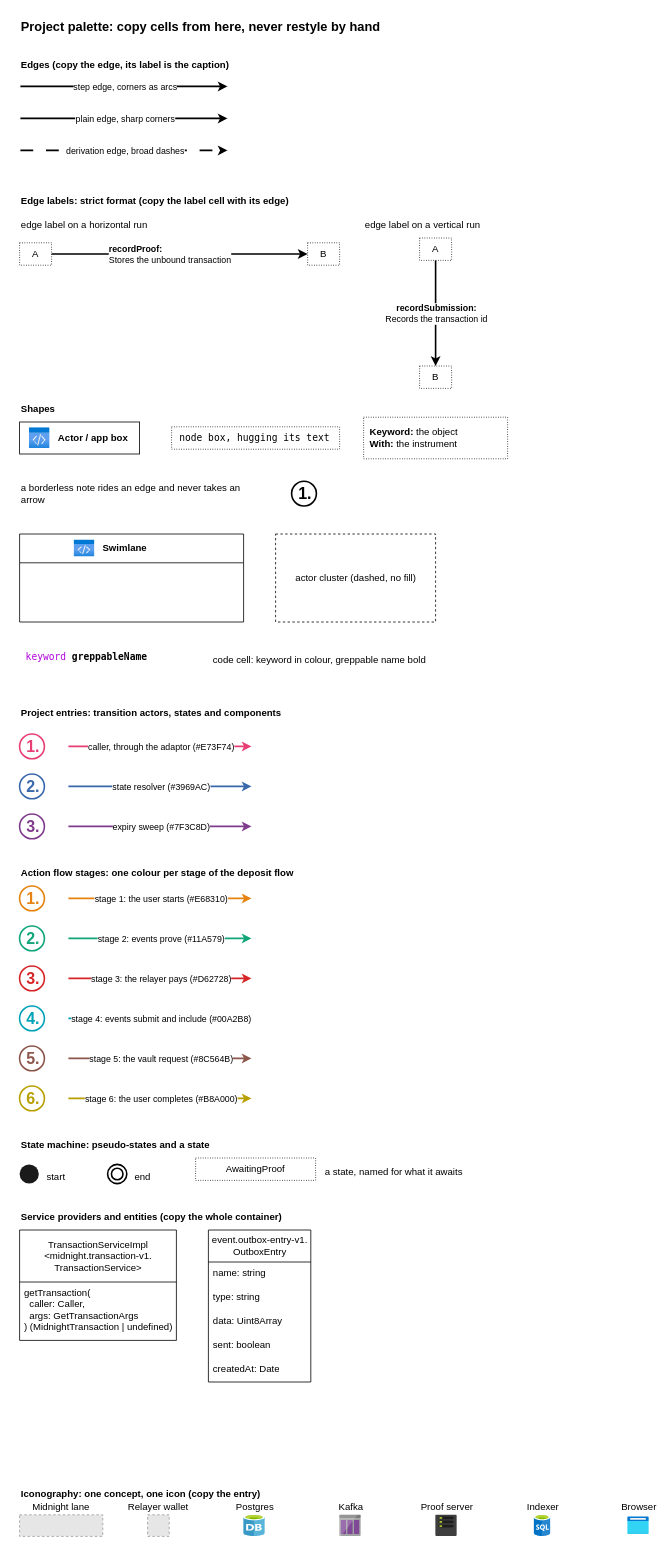
Before: docs/diagram-palette.drawio in sig-net/full-stack-demo, a draw.io diagram. Source tidied: cells renumbered, new cells numbered last; positions are measured from the earlier drawing's top-left corner, leaving out a move shared by most shapes. Both pictures are drawn from the tidied source at 80%, with x=0, y=0 at pixel (19, 14). Pictures stored in the file or linked from it are replaced by grey dashed boxes.
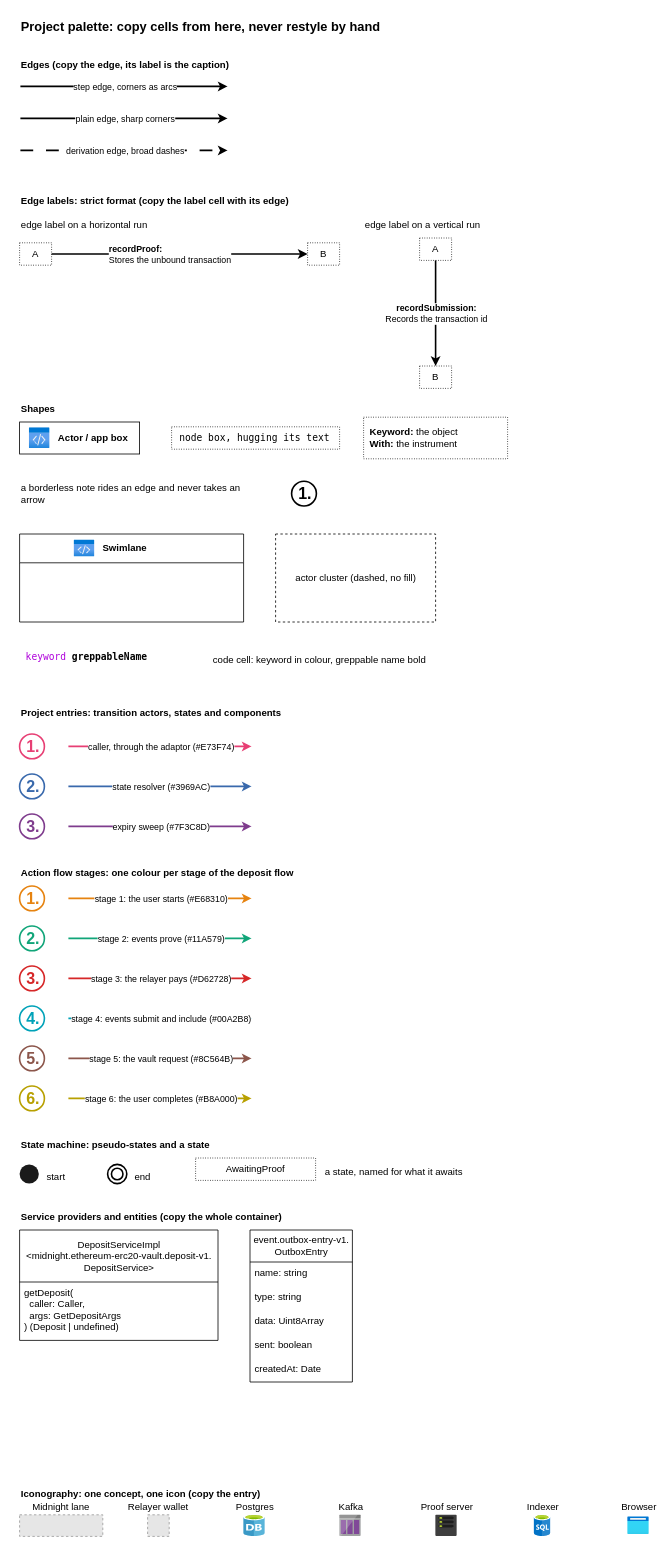
The same diagram, later.

Diff of the diagram source:
```diff
@@
-    <mxCell id="97" value="TransactionServiceImpl&lt;br&gt;&amp;lt;midnight.transaction-v1.&lt;br&gt;TransactionService&amp;gt;" style="swimlane;fontStyle=0;horizontal=1;startSize=65;fillColor=default;html=1;fillStyle=solid;" parent="1" vertex="1">
-      <mxGeometry y="1520" width="196" height="138" as="geometry" />
-    </mxCell>
-    <mxCell id="98" value="getTransaction(&lt;br&gt;&amp;nbsp; caller: Caller,&lt;br&gt;&amp;nbsp; args: GetTransactionArgs&lt;br&gt;) (MidnightTransaction | undefined)" style="text;strokeColor=none;fillColor=none;align=left;verticalAlign=top;spacingLeft=4;spacingRight=4;overflow=hidden;whiteSpace=wrap;html=1;" parent="97" vertex="1">
-      <mxGeometry y="65" width="196" height="73" as="geometry" />
-    </mxCell>
+    <mxCell id="113" value="DepositServiceImpl&lt;br&gt;&amp;lt;midnight.ethereum-erc20-vault.deposit-v1.&lt;br&gt;DepositService&amp;gt;" style="swimlane;fontStyle=0;horizontal=1;startSize=65;fillColor=default;html=1;fillStyle=solid;" parent="1" vertex="1">
+      <mxGeometry y="1520" width="248" height="138" as="geometry" />
+    </mxCell>
+    <mxCell id="114" value="getDeposit(&lt;br&gt;&amp;nbsp; caller: Caller,&lt;br&gt;&amp;nbsp; args: GetDepositArgs&lt;br&gt;) (Deposit | undefined)" style="text;strokeColor=none;fillColor=none;align=left;verticalAlign=top;spacingLeft=4;spacingRight=4;overflow=hidden;whiteSpace=wrap;html=1;" parent="113" vertex="1">
+      <mxGeometry y="65" width="248" height="73" as="geometry" />
+    </mxCell>
     <mxCell id="99" value="event.outbox-entry-v1.&lt;br&gt;OutboxEntry" style="swimlane;fontStyle=0;horizontal=1;startSize=40;fillColor=default;html=1;fillStyle=solid;" parent="1" vertex="1">
-      <mxGeometry x="236" y="1520" width="128" height="190" as="geometry" />
+      <mxGeometry x="288" y="1520" width="128" height="190" as="geometry" />
     </mxCell>
```
